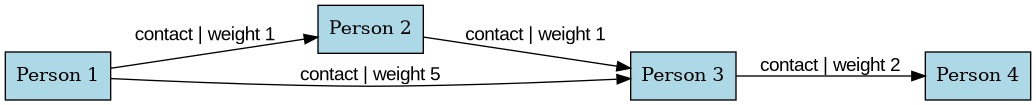
athrv-j/crime.investigation keeps this Graphviz diagram as case_graph.png. Above is the earlier version. Its source is kept beside it as case_graph.dot. Its diagram source:
```dot
digraph Investigation {
    rankdir=LR;
    bgcolor="white";
    node [shape=box, style=filled, fillcolor=lightblue];
    edge [fontname="Arial"];
    "Person 1";
    "Person 2";
    "Person 3";
    "Person 4";
    "Person 1" -> "Person 2" [label="contact | weight 1"];
    "Person 1" -> "Person 3" [label="contact | weight 5"];
    "Person 2" -> "Person 3" [label="contact | weight 1"];
    "Person 3" -> "Person 4" [label="contact | weight 2"];
}
```
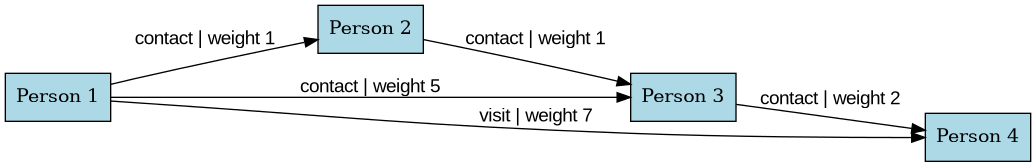
Later version of the same file.

The edit, as a diff of the source:
```diff
@@ -9,6 +9,7 @@
     "Person 4";
     "Person 1" -> "Person 2" [label="contact | weight 1"];
     "Person 1" -> "Person 3" [label="contact | weight 5"];
+    "Person 1" -> "Person 4" [label="visit | weight 7"];
     "Person 2" -> "Person 3" [label="contact | weight 1"];
     "Person 3" -> "Person 4" [label="contact | weight 2"];
 }
```
